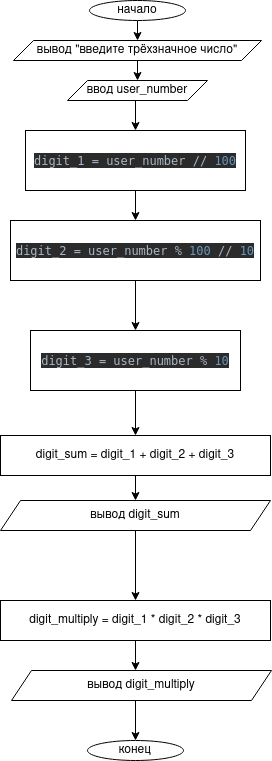
The draw.io diagram lesson_1/task_1.png in astronomiwe/algorithms_and_data_structures, before a commit. Source tidied: cells renumbered, new cells last; positions are measured from the earlier drawing's top-left corner, leaving out a move shared by most shapes.
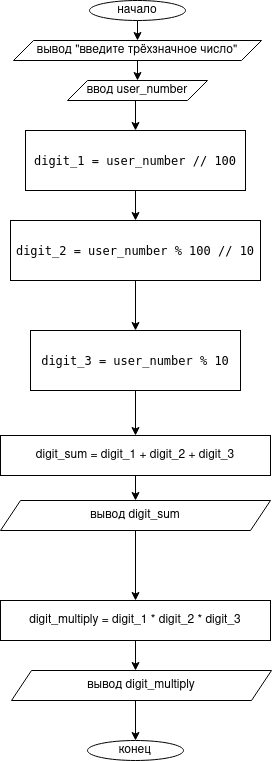
After the commit.

Change to the diagram source:
```diff
@@ -55,19 +55,19 @@
     <mxCell id="17" style="edgeStyle=orthogonalEdgeStyle;rounded=0;jettySize=auto;html=1;exitX=0.5;exitY=1;exitDx=0;exitDy=0;entryX=0.5;entryY=0;entryDx=0;entryDy=0;" parent="1" edge="1" source="18" target="14">
       <mxGeometry relative="1" as="geometry" />
     </mxCell>
-    <mxCell id="18" value="&lt;pre style=&quot;background-color: #2b2b2b ; color: #a9b7c6 ; font-family: &amp;#34;jetbrains mono&amp;#34; , monospace ; font-size: 9 0pt&quot;&gt;digit_3 = user_number % &lt;span style=&quot;color: #6897bb&quot;&gt;10&lt;/span&gt;&lt;/pre&gt;" style="rounded=0;whiteSpace=wrap;html=1;" parent="1" vertex="1">
+    <mxCell id="18" value="&lt;pre style=&quot;font-family: &amp;#34;jetbrains mono&amp;#34; , monospace&quot;&gt;&lt;span style=&quot;background-color: rgb(255 , 255 , 255)&quot;&gt;digit_3 = user_number % 10&lt;/span&gt;&lt;/pre&gt;" style="rounded=0;whiteSpace=wrap;html=1;" parent="1" vertex="1">
       <mxGeometry x="30" y="330" width="210" height="60" as="geometry" />
     </mxCell>
     <mxCell id="19" style="edgeStyle=orthogonalEdgeStyle;rounded=0;jettySize=auto;html=1;exitX=0.5;exitY=1;exitDx=0;exitDy=0;entryX=0.5;entryY=0;entryDx=0;entryDy=0;" parent="1" edge="1" source="20" target="22">
       <mxGeometry relative="1" as="geometry" />
     </mxCell>
-    <mxCell id="20" value="&lt;pre style=&quot;background-color: #2b2b2b ; color: #a9b7c6 ; font-family: &amp;quot;jetbrains mono&amp;quot; , monospace ; font-size: 9 0pt&quot;&gt;digit_1 = user_number // &lt;span style=&quot;color: #6897bb&quot;&gt;100&lt;/span&gt;&lt;/pre&gt;" style="rounded=0;whiteSpace=wrap;html=1;" parent="1" vertex="1">
+    <mxCell id="20" value="&lt;pre style=&quot;font-family: &amp;#34;jetbrains mono&amp;#34; , monospace&quot;&gt;&lt;span style=&quot;background-color: rgb(255 , 255 , 255)&quot;&gt;digit_1 = user_number // 100&lt;/span&gt;&lt;/pre&gt;" style="rounded=0;whiteSpace=wrap;html=1;" parent="1" vertex="1">
       <mxGeometry x="25" y="130" width="220" height="60" as="geometry" />
     </mxCell>
     <mxCell id="21" style="edgeStyle=orthogonalEdgeStyle;rounded=0;jettySize=auto;html=1;exitX=0.5;exitY=1;exitDx=0;exitDy=0;entryX=0.5;entryY=0;entryDx=0;entryDy=0;" parent="1" edge="1" source="22" target="18">
       <mxGeometry relative="1" as="geometry" />
     </mxCell>
-    <mxCell id="22" value="&lt;pre style=&quot;background-color: #2b2b2b ; color: #a9b7c6 ; font-family: &amp;quot;jetbrains mono&amp;quot; , monospace ; font-size: 9 0pt&quot;&gt;digit_2 = user_number % &lt;span style=&quot;color: #6897bb&quot;&gt;100 &lt;/span&gt;// &lt;span style=&quot;color: #6897bb&quot;&gt;10&lt;/span&gt;&lt;/pre&gt;" style="rounded=0;whiteSpace=wrap;html=1;" parent="1" vertex="1">
+    <mxCell id="22" value="&lt;pre style=&quot;font-family: &amp;#34;jetbrains mono&amp;#34; , monospace&quot;&gt;&lt;span style=&quot;background-color: rgb(255 , 255 , 255)&quot;&gt;digit_2 = user_number % 100 // 10&lt;/span&gt;&lt;/pre&gt;" style="rounded=0;whiteSpace=wrap;html=1;" parent="1" vertex="1">
       <mxGeometry x="10" y="220" width="250" height="60" as="geometry" />
     </mxCell>
   </root>
```
